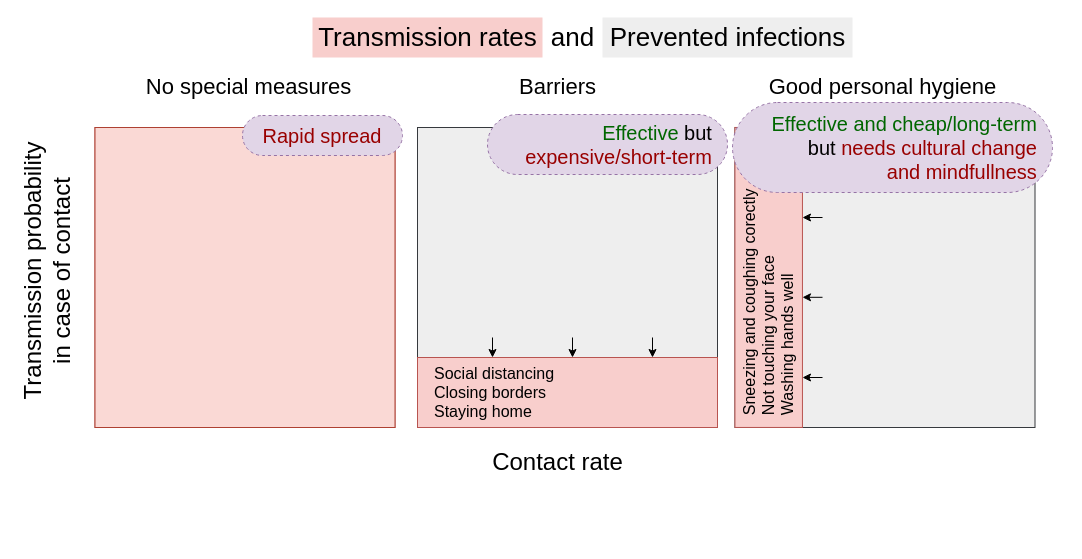
pesho-ivanov/pesho-ivanov.github.io keeps this draw.io diagram as sneeze/measures.drawio. Above is the earlier version. Source tidied: cells renumbered, new cells numbered last; positions are measured from the earlier drawing's top-left corner, leaving out a move shared by most shapes. Both pictures are drawn from the tidied source at 100%, with x=0, y=0 at pixel (-88, 17).
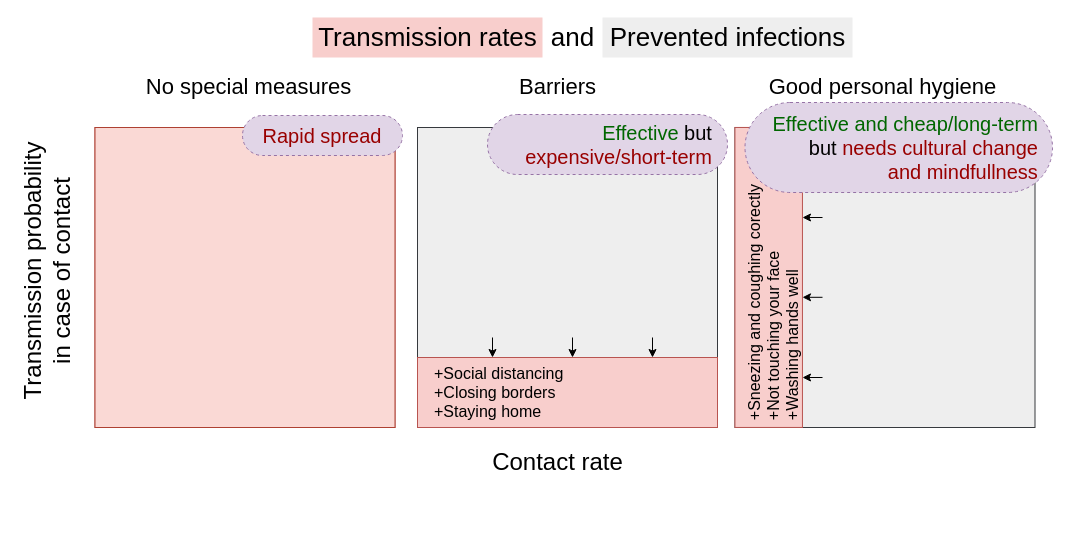
Above is the later version.

Unchanged cells that the change refers to:
```xml
<mxCell id="8" style="group;" parent="1" vertex="1">
  <mxGeometry x="690" y="100" width="462.5" height="310" as="geometry" />
</mxCell>
<mxCell id="16" style="group;" parent="1" vertex="1">
  <mxGeometry x="505" y="99" width="310" height="426" as="geometry" />
</mxCell>
```

Diff of the diagram source:
```diff
@@
-    <mxCell id="11" value="Sneezing and coughing corectly&lt;br&gt;Not touching your face&lt;br&gt;Washing hands well" style="text;html=1;align=left;verticalAlign=middle;fillColor=none;strokeColor=none;rounded=0;rotation=-90;fontSize=16;" parent="8" vertex="1">
-      <mxGeometry x="46.2" y="150" width="240" height="60" as="geometry" />
+    <mxCell id="11" value="+Sneezing and coughing corectly&lt;br&gt;+Not touching your face&lt;br&gt;+Washing hands well" style="text;html=1;align=left;verticalAlign=middle;fillColor=none;strokeColor=none;rounded=0;rotation=-90;fontSize=16;" parent="8" vertex="1">
+      <mxGeometry x="46.2" y="150" width="250" height="60" as="geometry" />
     </mxCell>
-    <mxCell id="12" value="&lt;font color=&quot;#006600&quot;&gt;Effective and cheap/long-term&lt;/font&gt;&amp;nbsp;&amp;nbsp;&lt;br style=&quot;font-size: 20px&quot;&gt;but&lt;font color=&quot;#990000&quot;&gt; needs cultural change&amp;nbsp;&amp;nbsp;&lt;br&gt;and mindfullness&lt;/font&gt;&amp;nbsp;&amp;nbsp;" style="whiteSpace=wrap;html=1;rounded=1;arcSize=50;align=right;verticalAlign=middle;strokeWidth=1;spacing=4;dashed=1;fillColor=#e1d5e7;fontSize=20;strokeColor=#9673a6;" parent="8" vertex="1">
-      <mxGeometry x="130" y="-15" width="320" height="90" as="geometry" />
-    </mxCell>
@@
-    <mxCell id="19" value="&lt;font style=&quot;font-size: 16px&quot;&gt;Social distancing&lt;br&gt;Closing borders&lt;br&gt;Staying home&lt;br&gt;&lt;/font&gt;" style="text;html=1;align=left;verticalAlign=middle;fillColor=none;strokeColor=none;rounded=0;fontSize=16;" parent="16" vertex="1">
+    <mxCell id="19" value="&lt;font style=&quot;font-size: 16px&quot;&gt;+Social distancing&lt;br&gt;+Closing borders&lt;br&gt;+Staying home&lt;br&gt;&lt;/font&gt;" style="text;html=1;align=left;verticalAlign=middle;fillColor=none;strokeColor=none;rounded=0;fontSize=16;" parent="16" vertex="1">
       <mxGeometry x="15" y="246" width="140" height="60" as="geometry" />
     </mxCell>
@@
+    <mxCell id="12" value="&lt;font color=&quot;#006600&quot;&gt;Effective and cheap/long-term&lt;/font&gt;&amp;nbsp;&amp;nbsp;&lt;br style=&quot;font-size: 20px&quot;&gt;but&lt;font color=&quot;#990000&quot;&gt; needs cultural change&amp;nbsp;&amp;nbsp;&lt;br&gt;and mindfullness&lt;/font&gt;&amp;nbsp;&amp;nbsp;" style="whiteSpace=wrap;html=1;rounded=1;arcSize=50;align=right;verticalAlign=middle;strokeWidth=1;spacing=4;dashed=1;fillColor=#e1d5e7;fontSize=20;strokeColor=#9673a6;" parent="1" vertex="1">
+      <mxGeometry x="832.5" y="85" width="307.5" height="90" as="geometry" />
+    </mxCell>
```
